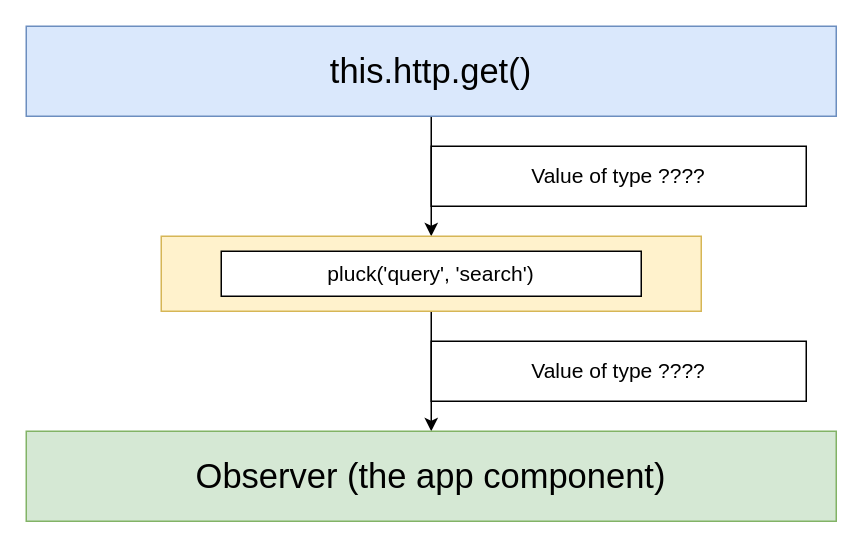
The draw.io diagram page "26 - gen" (26 of 27) of diagrams/wrx/diagrams.drawio in StephenGrider/ng-casts, before the edit. Source tidied: cells renumbered, new cells numbered last; positions are measured from the earlier drawing's top-left corner, leaving out a move shared by most shapes. Both pictures are drawn from the tidied source at 150%, with x=0, y=0 at pixel (26, 26).
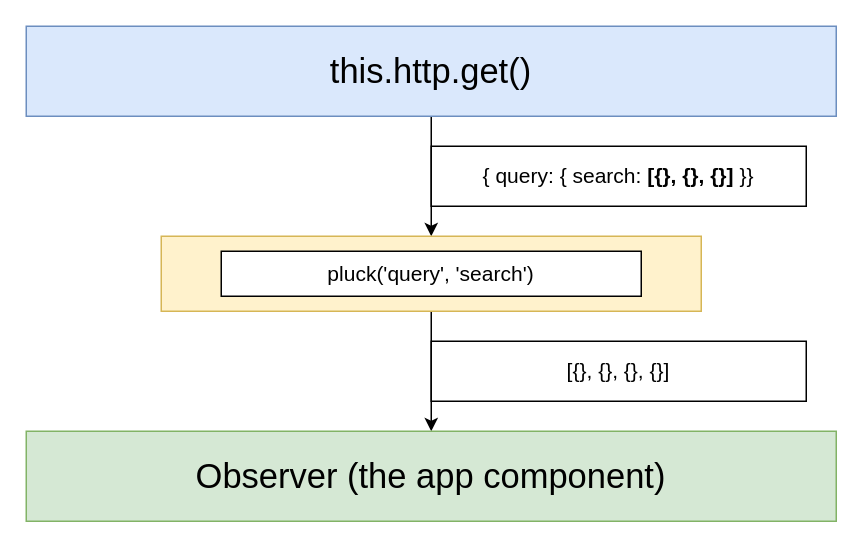
After the change.

What changed in the source:
```diff
@@
 <mxGraphModel>
   <root>
     <mxCell id="0" />
     <mxCell id="1" parent="0" />
     <mxCell id="2" style="edgeStyle=orthogonalEdgeStyle;rounded=0;jettySize=auto;html=1;exitX=0.5;exitY=1;exitDx=0;exitDy=0;entryX=0.5;entryY=0;entryDx=0;entryDy=0;fontSize=23;" parent="1" edge="1" source="3" target="5">
       <mxGeometry relative="1" as="geometry" />
     </mxCell>
     <mxCell id="3" value="this.http.get()" style="rounded=0;whiteSpace=wrap;html=1;fontSize=23;align=center;fillColor=#dae8fc;strokeColor=#6c8ebf;" parent="1" vertex="1">
       <mxGeometry width="540" height="60" as="geometry" />
     </mxCell>
     <mxCell id="4" style="edgeStyle=orthogonalEdgeStyle;rounded=0;jettySize=auto;html=1;exitX=0.5;exitY=1;exitDx=0;exitDy=0;fontSize=23;" parent="1" edge="1" source="5" target="6">
       <mxGeometry relative="1" as="geometry" />
     </mxCell>
     <mxCell id="5" style="rounded=0;whiteSpace=wrap;html=1;fontSize=20;align=center;fillColor=#fff2cc;strokeColor=#d6b656;" parent="1" vertex="1">
       <mxGeometry x="90" y="140" width="360" height="50" as="geometry" />
     </mxCell>
     <mxCell id="6" value="Observer (the app component)" style="rounded=0;whiteSpace=wrap;html=1;fontSize=23;align=center;fillColor=#d5e8d4;strokeColor=#82b366;" parent="1" vertex="1">
       <mxGeometry y="270" width="540" height="60" as="geometry" />
     </mxCell>
-    <mxCell id="7" value="Value of type ????" style="rounded=0;whiteSpace=wrap;html=1;fontSize=14;align=center;" parent="1" vertex="1">
+    <mxCell id="7" value="{ query: { search:&amp;nbsp;&lt;b&gt;[{}, {}, {}]&lt;/b&gt;&amp;nbsp;}}" style="rounded=0;whiteSpace=wrap;html=1;fontSize=14;align=center;" parent="1" vertex="1">
       <mxGeometry x="270" y="80" width="250" height="40" as="geometry" />
     </mxCell>
     <mxCell id="8" value="pluck('query', 'search')" style="rounded=0;whiteSpace=wrap;html=1;fontSize=14;align=center;" parent="1" vertex="1">
       <mxGeometry x="130" y="150" width="280" height="30" as="geometry" />
     </mxCell>
-    <mxCell id="9" value="Value of type ????" style="rounded=0;whiteSpace=wrap;html=1;fontSize=14;align=center;" parent="1" vertex="1">
+    <mxCell id="9" value="[{}, {}, {}, {}]" style="rounded=0;whiteSpace=wrap;html=1;fontSize=14;align=center;" parent="1" vertex="1">
       <mxGeometry x="270" y="210" width="250" height="40" as="geometry" />
     </mxCell>
   </root>
 </mxGraphModel>
```
